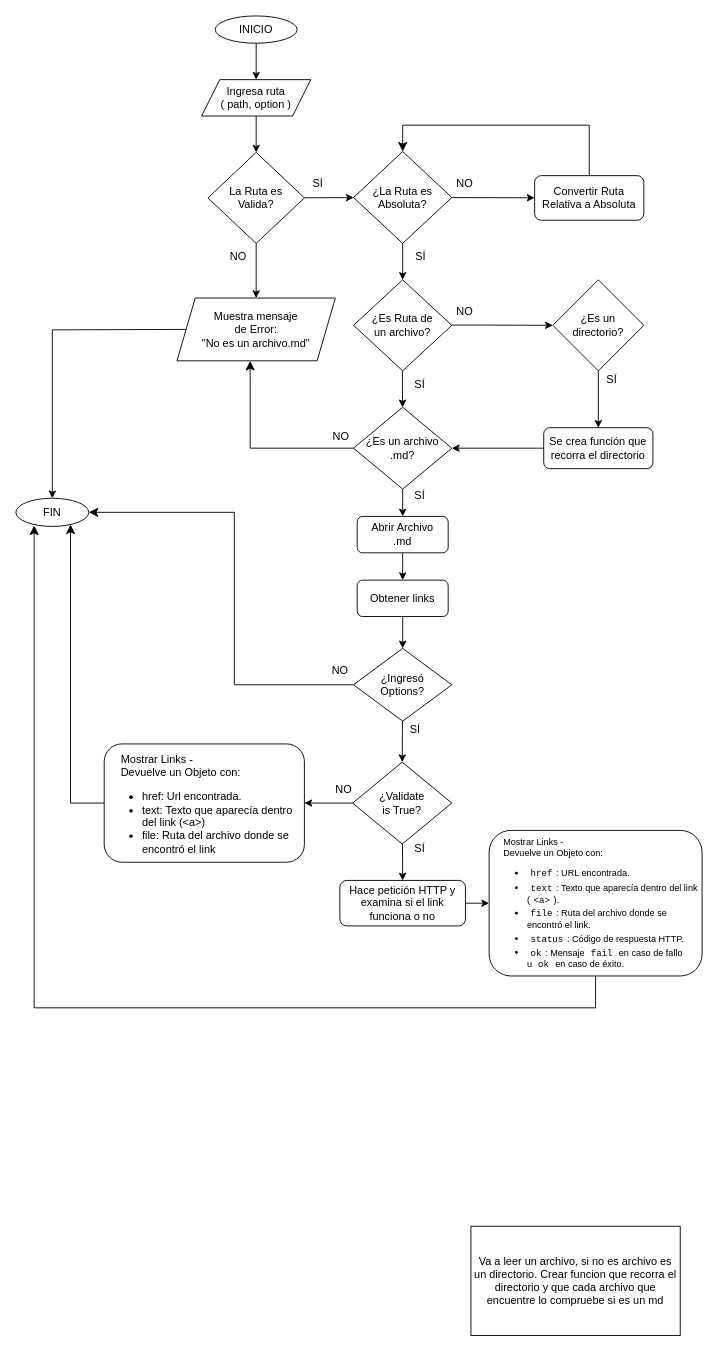
The draw.io diagram MDLink.drawio in NellyCN/DEV003-md-links, before the edit. Source tidied: cells renumbered, new cells numbered last; positions are measured from the earlier drawing's top-left corner, leaving out a move shared by most shapes. Both pictures are drawn from the tidied source at 91%, with x=0, y=0 at pixel (15, 15).
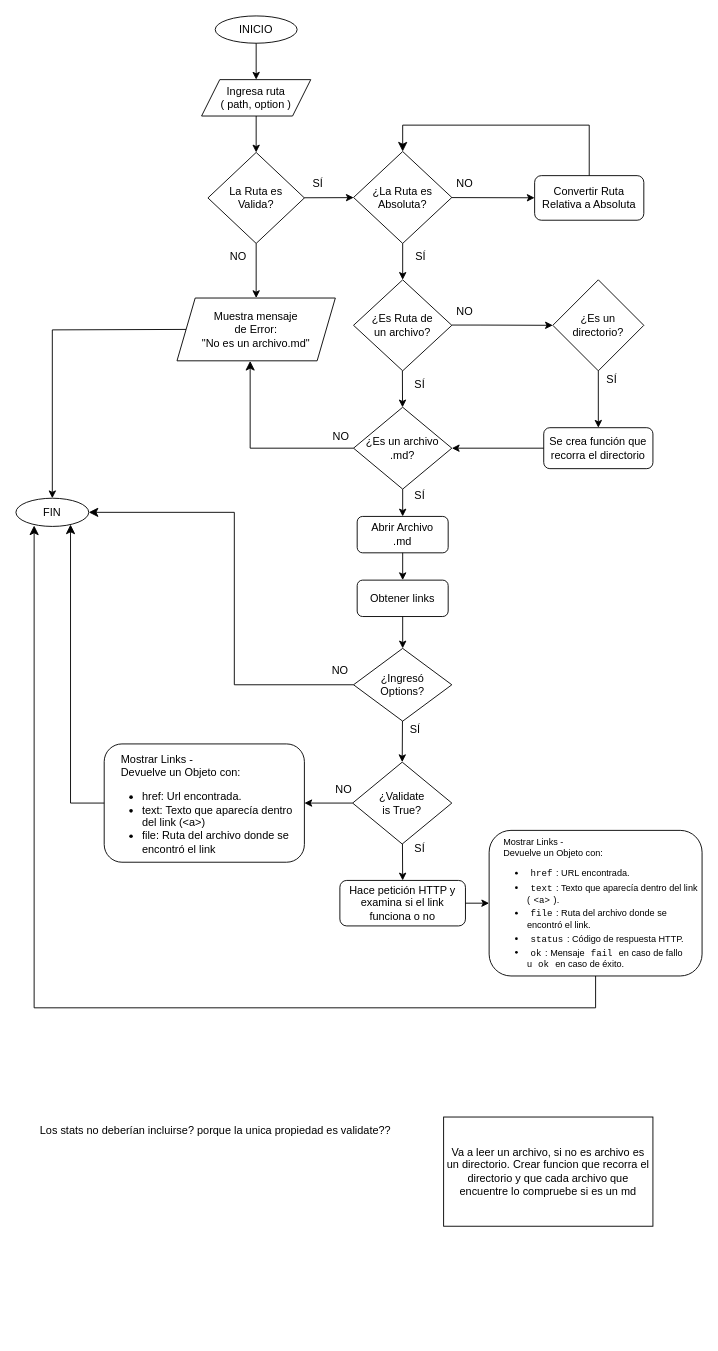
After the change.

Change to the diagram source:
```diff
@@
     <mxCell id="44" value="Va a leer un archivo, si no es archivo es un directorio. Crear funcion que recorra el directorio y que cada archivo que encuentre lo compruebe si es un md" style="whiteSpace=wrap;html=1;" parent="1" vertex="1">
-      <mxGeometry x="500" y="1330" width="230" height="120" as="geometry" />
+      <mxGeometry x="470" y="1210" width="230" height="120" as="geometry" />
     </mxCell>
@@
+    <mxCell id="57" value="Los stats no deberían incluirse? porque la unica propiedad es validate??" style="text;html=1;align=center;verticalAlign=middle;strokeColor=none;fillColor=none;" parent="1" vertex="1">
+      <mxGeometry x="14" y="1210" width="410" height="30" as="geometry" />
+    </mxCell>
```
